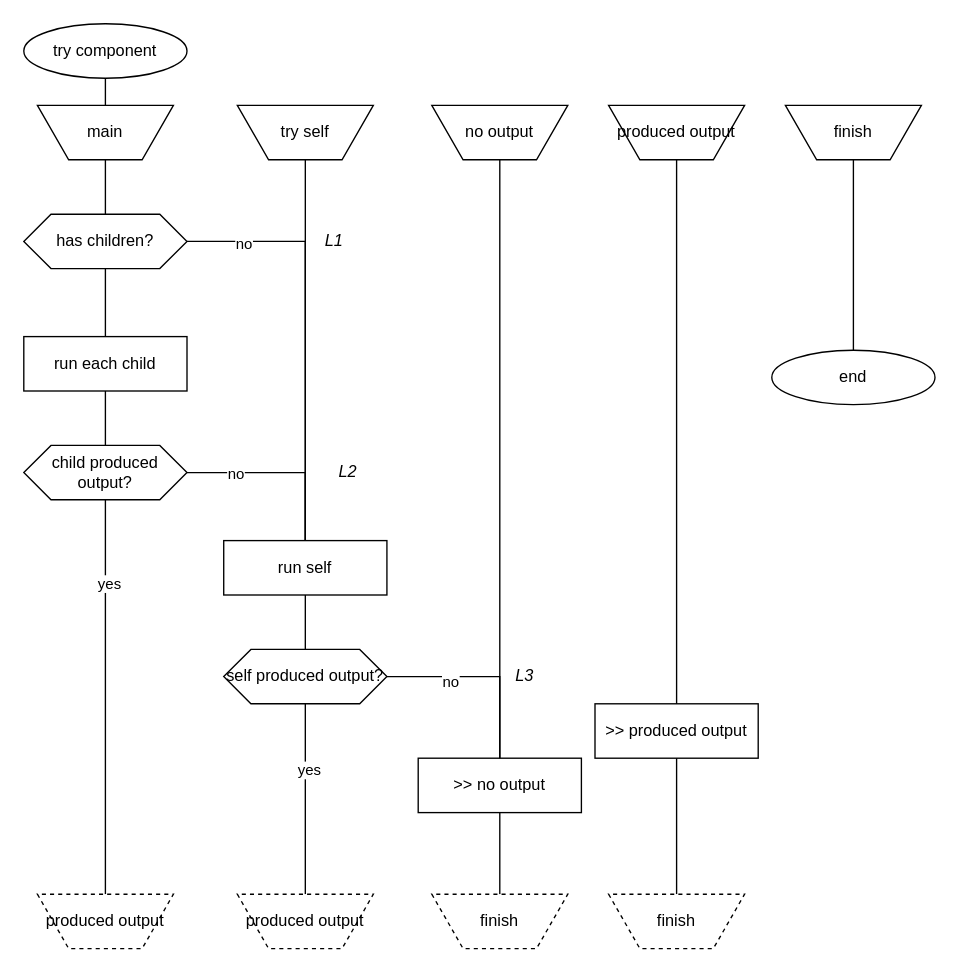
This is tryMeWithoutRouting.drawio from guitarvydas/duct, a draw.io file, before an edit. Source tidied: cells renumbered, new cells numbered last; positions are measured from the earlier drawing's top-left corner, leaving out a move shared by most shapes. Both pictures are drawn from the tidied source at 136%, with x=0, y=0 at pixel (23, 23).
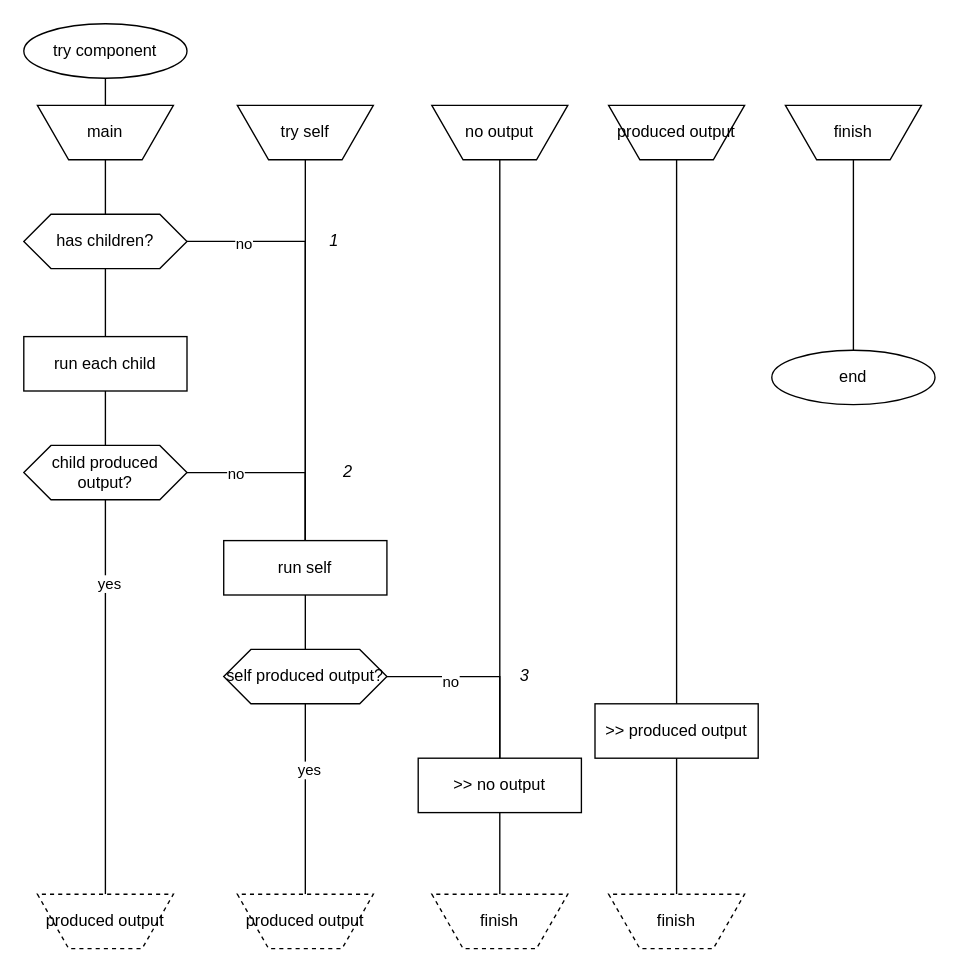
The same page after the edit.

Change to the diagram source:
```diff
@@
-    <mxCell id="34" value="&lt;i&gt;L1&lt;/i&gt;" style="text;html=1;strokeColor=none;fillColor=none;align=center;verticalAlign=middle;whiteSpace=wrap;rounded=0;" parent="1" vertex="1">
+    <mxCell id="34" value="&lt;i&gt;1&lt;/i&gt;" style="text;html=1;strokeColor=none;fillColor=none;align=center;verticalAlign=middle;whiteSpace=wrap;rounded=0;" parent="1" vertex="1">
       <mxGeometry x="217" y="150" width="23" height="20" as="geometry" />
     </mxCell>
-    <mxCell id="35" value="&lt;i&gt;L2&lt;/i&gt;" style="text;html=1;strokeColor=none;fillColor=none;align=center;verticalAlign=middle;whiteSpace=wrap;rounded=0;" parent="1" vertex="1">
+    <mxCell id="35" value="&lt;i&gt;2&lt;/i&gt;" style="text;html=1;strokeColor=none;fillColor=none;align=center;verticalAlign=middle;whiteSpace=wrap;rounded=0;" parent="1" vertex="1">
       <mxGeometry x="227" y="320" width="23" height="20" as="geometry" />
     </mxCell>
-    <mxCell id="36" value="&lt;i&gt;L3&lt;/i&gt;" style="text;html=1;strokeColor=none;fillColor=none;align=center;verticalAlign=middle;whiteSpace=wrap;rounded=0;" parent="1" vertex="1">
+    <mxCell id="36" value="&lt;i&gt;3&lt;/i&gt;" style="text;html=1;strokeColor=none;fillColor=none;align=center;verticalAlign=middle;whiteSpace=wrap;rounded=0;" parent="1" vertex="1">
       <mxGeometry x="357" y="470" width="23" height="20" as="geometry" />
     </mxCell>
```
